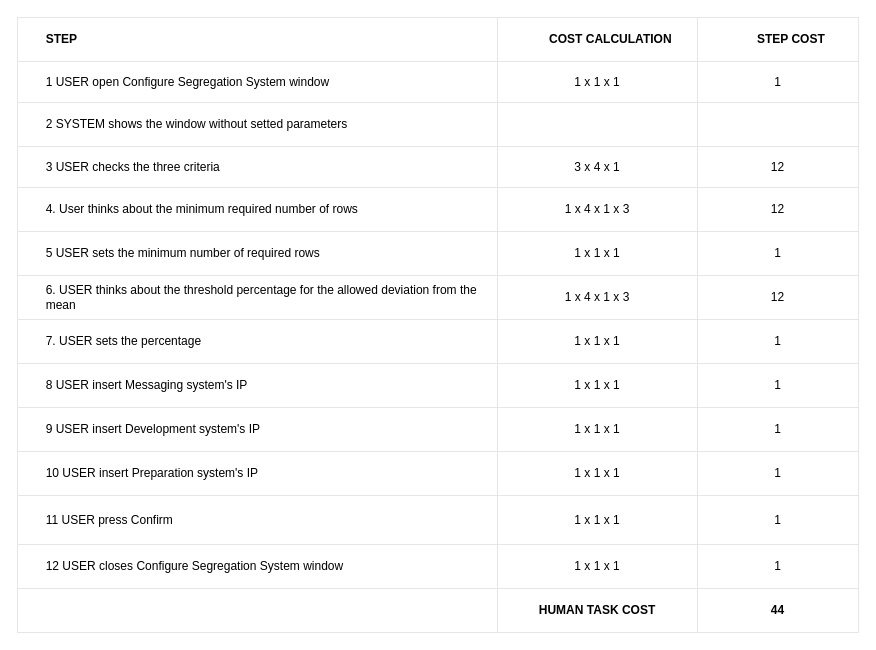
Earlier version of the draw.io diagram configure/segregation system (FEDE)/segregation_system_table.drawio (BaffoBello14/AutomaticDamagesRecognition). Source tidied: cells renumbered, new cells numbered last; positions are measured from the earlier drawing's top-left corner, leaving out a move shared by most shapes. Both pictures are drawn from the tidied source at 100%, with x=0, y=0 at pixel (17, 17).
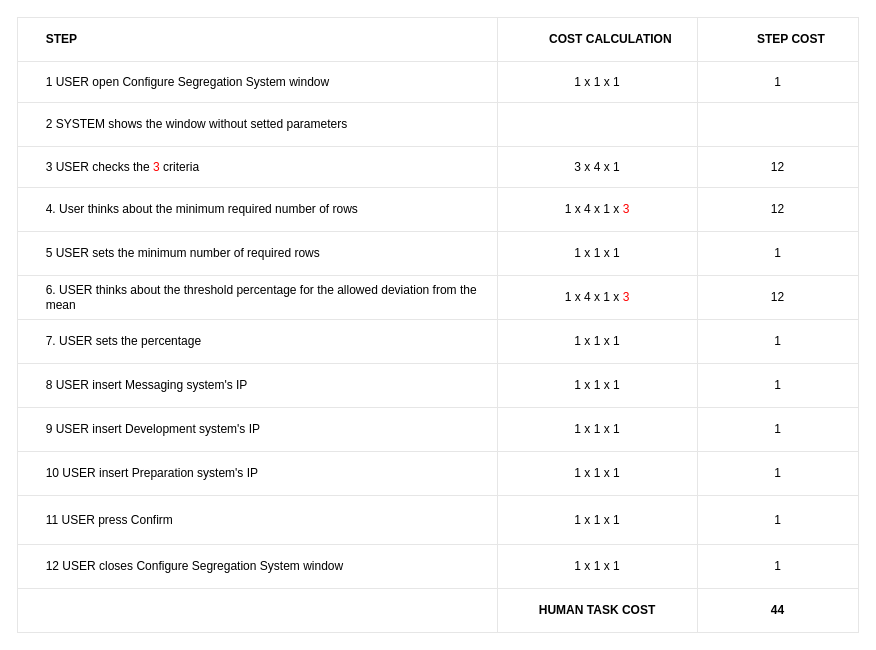
The same diagram, later.

Commit message (it also covers changes not shown here):
Update criteria values in production and segregation system tables

The change refers to these unchanged cells:
```xml
<mxCell id="15" style="shape=tableRow;horizontal=0;startSize=0;swimlaneHead=0;swimlaneBody=0;top=0;left=0;bottom=0;right=0;fontStyle=0;fillColor=none;strokeColor=inherit;align=center;" parent="2" vertex="1">
  <mxGeometry y="129" width="841" height="41" as="geometry" />
</mxCell>
<mxCell id="19" style="shape=tableRow;horizontal=0;startSize=0;swimlaneHead=0;swimlaneBody=0;top=0;left=0;bottom=0;right=0;fontStyle=0;fillColor=none;strokeColor=inherit;align=center;" parent="2" vertex="1">
  <mxGeometry y="170" width="841" height="44" as="geometry" />
</mxCell>
<mxCell id="27" style="shape=tableRow;horizontal=0;startSize=0;swimlaneHead=0;swimlaneBody=0;top=0;left=0;bottom=0;right=0;fontStyle=0;fillColor=none;strokeColor=inherit;align=center;" parent="2" vertex="1">
  <mxGeometry y="258" width="841" height="44" as="geometry" />
</mxCell>
```

The edit, as a diff of the source:
```diff
@@
-    <mxCell id="16" value="&lt;span style=&quot;white-space: pre;&quot;&gt;&#9;&lt;/span&gt;3 USER checks the three criteria" style="strokeColor=inherit;fillColor=none;align=left;whiteSpace=wrap;html=1;labelPosition=center;verticalLabelPosition=middle;verticalAlign=middle;" parent="15" vertex="1">
+    <mxCell id="16" value="&lt;span style=&quot;white-space: pre;&quot;&gt;&#9;&lt;/span&gt;3 USER checks the &lt;font color=&quot;#ff0000&quot;&gt;3&lt;/font&gt; criteria" style="strokeColor=inherit;fillColor=none;align=left;whiteSpace=wrap;html=1;labelPosition=center;verticalLabelPosition=middle;verticalAlign=middle;" parent="15" vertex="1">
       <mxGeometry width="480" height="41" as="geometry" />
     </mxCell>
@@
-    <mxCell id="21" value="1 x 4 x 1 x 3" style="strokeColor=inherit;fillColor=none;align=center;whiteSpace=wrap;html=1;" parent="19" vertex="1">
+    <mxCell id="21" value="1 x 4 x 1 x &lt;font color=&quot;#ff0000&quot;&gt;3&lt;/font&gt;" style="strokeColor=inherit;fillColor=none;align=center;whiteSpace=wrap;html=1;" parent="19" vertex="1">
       <mxGeometry x="480" width="200" height="44" as="geometry" />
     </mxCell>
@@
-    <mxCell id="29" value="1 x 4 x 1 x 3" style="strokeColor=inherit;fillColor=none;align=center;whiteSpace=wrap;html=1;" parent="27" vertex="1">
+    <mxCell id="29" value="1 x 4 x 1 x &lt;font color=&quot;#ff0000&quot;&gt;3&lt;/font&gt;" style="strokeColor=inherit;fillColor=none;align=center;whiteSpace=wrap;html=1;" parent="27" vertex="1">
       <mxGeometry x="480" width="200" height="44" as="geometry" />
     </mxCell>
```
